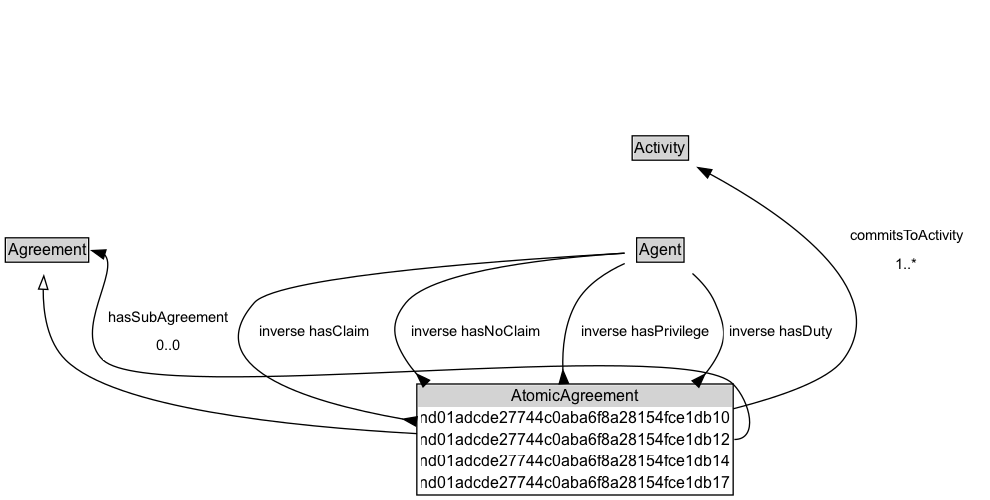
The Graphviz diagram docs/diagrams/AtomicAgreement.dot.png in ISO-TC204/ontology-cdm-p1-v1, before a commit. Its source is kept beside it as docs/diagrams/AtomicAgreement.dot.
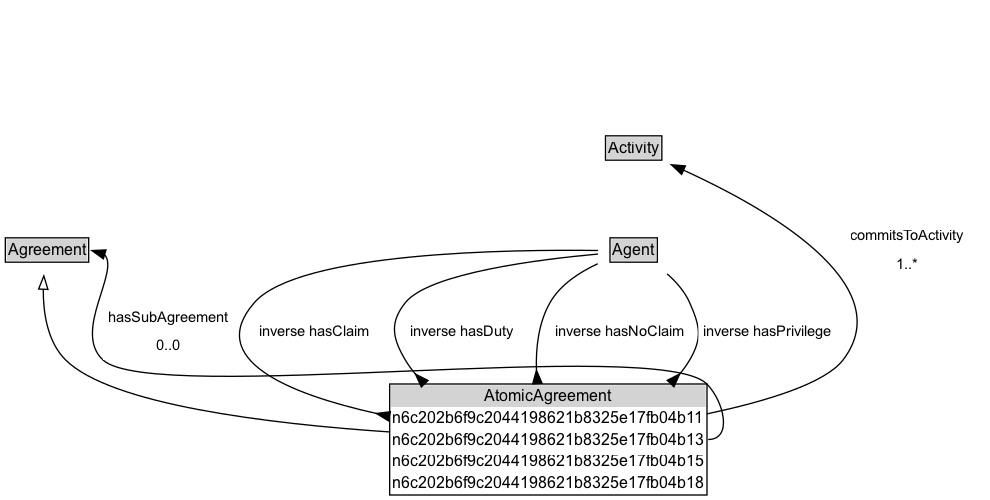
After the commit.

Change to the diagram source:
```diff
@@ -6,7 +6,7 @@
 		rank=source
 		Agreement [label=<<TABLE BORDER="1" CELLBORDER="0" CELLSPACING="0" CELLPADDING="1"><TR><TD BGCOLOR="lightgray" ALIGN="CENTER">Agreement</TD></TR></TABLE>> URL="../Agreement" margin=0]
 	}
-	AtomicAgreement [label=<<TABLE BORDER="1" CELLBORDER="0" CELLSPACING="0" CELLPADDING="1"><TR><TD BGCOLOR="lightgray" ALIGN="CENTER">AtomicAgreement</TD></TR><TR><TD ALIGN="LEFT">nd01adcde27744c0aba6f8a28154fce1db10</TD></TR><TR><TD ALIGN="LEFT">nd01adcde27744c0aba6f8a28154fce1db12</TD></TR><TR><TD ALIGN="LEFT">nd01adcde27744c0aba6f8a28154fce1db14</TD></TR><TR><TD ALIGN="LEFT">nd01adcde27744c0aba6f8a28154fce1db17</TD></TR></TABLE>> URL="../AtomicAgreement" margin=0]
+	AtomicAgreement [label=<<TABLE BORDER="1" CELLBORDER="0" CELLSPACING="0" CELLPADDING="1"><TR><TD BGCOLOR="lightgray" ALIGN="CENTER">AtomicAgreement</TD></TR><TR><TD ALIGN="LEFT">n6c202b6f9c2044198621b8325e17fb04b11</TD></TR><TR><TD ALIGN="LEFT">n6c202b6f9c2044198621b8325e17fb04b13</TD></TR><TR><TD ALIGN="LEFT">n6c202b6f9c2044198621b8325e17fb04b15</TD></TR><TR><TD ALIGN="LEFT">n6c202b6f9c2044198621b8325e17fb04b18</TD></TR></TABLE>> URL="../AtomicAgreement" margin=0]
 	{
 		rank=max
 	}
@@ -20,13 +20,13 @@
 	AtomicAgreement -> Invis [style=invis]
 	Invis -> Activity [style=invis]
 	Activity -> Agent [style=invis]
+	Agent [label=<<TABLE BORDER="1" CELLBORDER="0" CELLSPACING="0" CELLPADDING="1"><TR><TD BGCOLOR="lightgray" ALIGN="CENTER">Agent</TD></TR></TABLE>> URL="../Agent" margin=0]
+	Agent -> AtomicAgreement [label=<<TABLE BORDER="0" CELLBORDER="0" CELLSPACING="0" CELLPADDING="4" BGCOLOR="white"><TR><TD ALIGN="CENTER">inverse hasClaim</TD></TR></TABLE>> arrowhead=inv style=solid]
+	Agent -> AtomicAgreement [label=<<TABLE BORDER="0" CELLBORDER="0" CELLSPACING="0" CELLPADDING="4" BGCOLOR="white"><TR><TD ALIGN="CENTER">inverse hasDuty</TD></TR></TABLE>> arrowhead=inv style=solid]
+	Agent -> AtomicAgreement [label=<<TABLE BORDER="0" CELLBORDER="0" CELLSPACING="0" CELLPADDING="4" BGCOLOR="white"><TR><TD ALIGN="CENTER">inverse hasNoClaim</TD></TR></TABLE>> arrowhead=inv style=solid]
+	Agent -> AtomicAgreement [label=<<TABLE BORDER="0" CELLBORDER="0" CELLSPACING="0" CELLPADDING="4" BGCOLOR="white"><TR><TD ALIGN="CENTER">inverse hasPrivilege</TD></TR></TABLE>> arrowhead=inv style=solid]
 	Activity [label=<<TABLE BORDER="1" CELLBORDER="0" CELLSPACING="0" CELLPADDING="1"><TR><TD BGCOLOR="lightgray" ALIGN="CENTER">Activity</TD></TR></TABLE>> URL="../Activity" margin=0]
 	AtomicAgreement -> Activity [label=<<TABLE BORDER="0" CELLBORDER="0" CELLSPACING="0" CELLPADDING="4" BGCOLOR="white"><TR><TD ALIGN="CENTER">commitsToActivity</TD></TR><TR><TD ALIGN="CENTER">1..*</TD></TR></TABLE>> arrowhead=normal style=solid]
-	Agent [label=<<TABLE BORDER="1" CELLBORDER="0" CELLSPACING="0" CELLPADDING="1"><TR><TD BGCOLOR="lightgray" ALIGN="CENTER">Agent</TD></TR></TABLE>> URL="../Agent" margin=0]
-	Agent -> AtomicAgreement [label=<<TABLE BORDER="0" CELLBORDER="0" CELLSPACING="0" CELLPADDING="4" BGCOLOR="white"><TR><TD ALIGN="CENTER">inverse hasClaim</TD></TR></TABLE>> arrowhead=inv style=solid]
 	Agreement [label=<<TABLE BORDER="1" CELLBORDER="0" CELLSPACING="0" CELLPADDING="1"><TR><TD BGCOLOR="lightgray" ALIGN="CENTER">Agreement</TD></TR></TABLE>> URL="../Agreement" margin=0]
 	AtomicAgreement:e -> Agreement:e [label=<<TABLE BORDER="0" CELLBORDER="0" CELLSPACING="0" CELLPADDING="4" BGCOLOR="white"><TR><TD ALIGN="CENTER">hasSubAgreement</TD></TR><TR><TD ALIGN="CENTER">0..0</TD></TR></TABLE>> arrowhead=normal constraint=false style=solid]
-	Agent -> AtomicAgreement [label=<<TABLE BORDER="0" CELLBORDER="0" CELLSPACING="0" CELLPADDING="4" BGCOLOR="white"><TR><TD ALIGN="CENTER">inverse hasNoClaim</TD></TR></TABLE>> arrowhead=inv style=solid]
-	Agent -> AtomicAgreement [label=<<TABLE BORDER="0" CELLBORDER="0" CELLSPACING="0" CELLPADDING="4" BGCOLOR="white"><TR><TD ALIGN="CENTER">inverse hasPrivilege</TD></TR></TABLE>> arrowhead=inv style=solid]
-	Agent -> AtomicAgreement [label=<<TABLE BORDER="0" CELLBORDER="0" CELLSPACING="0" CELLPADDING="4" BGCOLOR="white"><TR><TD ALIGN="CENTER">inverse hasDuty</TD></TR></TABLE>> arrowhead=inv style=solid]
 }
```
